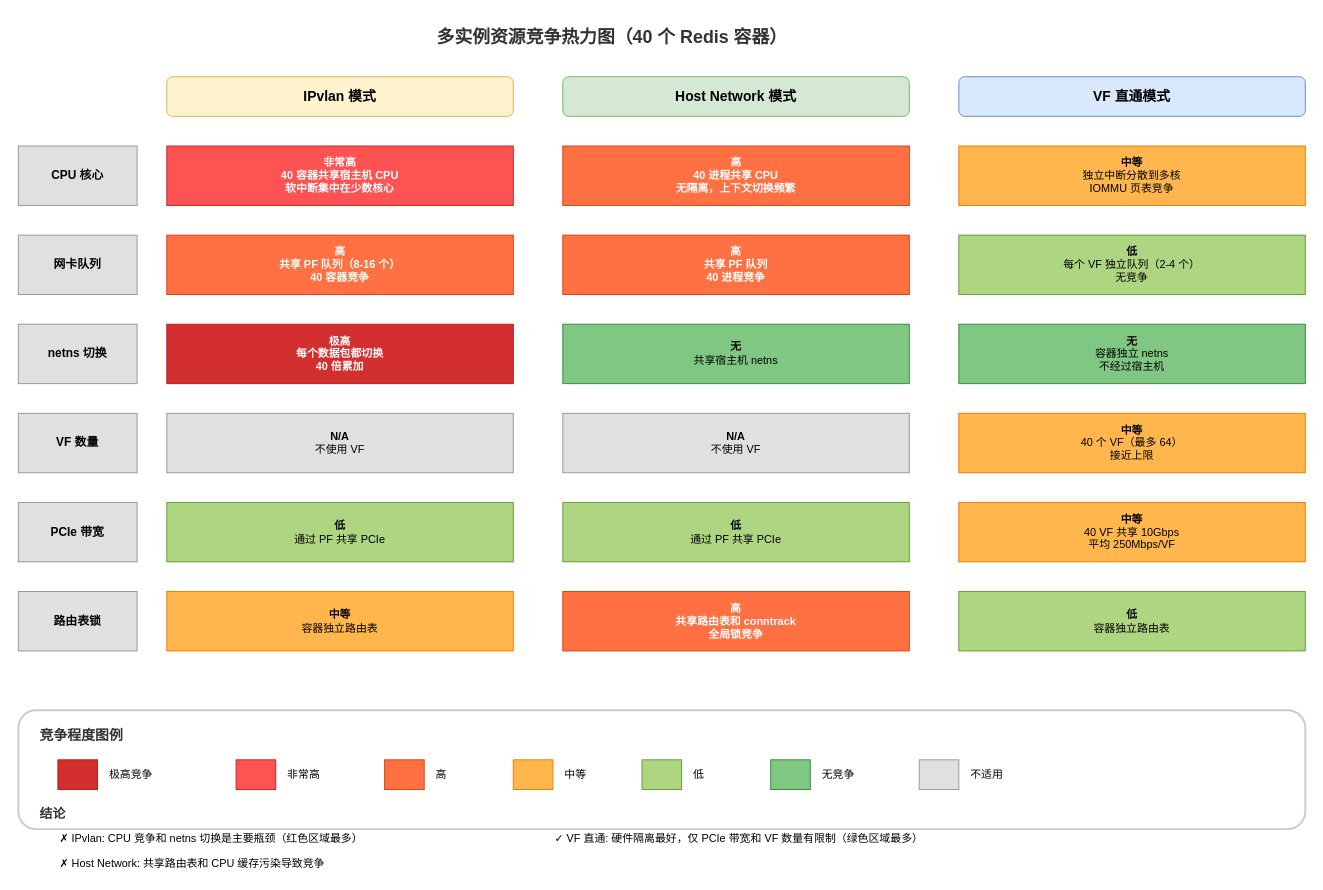
Earlier version of the draw.io diagram diagrams/redis/redis_multi_instance_contention.drawio (fsqHub/docker-sriov-plugin). Source tidied: cells renumbered, new cells numbered last; positions are measured from the earlier drawing's top-left corner, leaving out a move shared by most shapes. Both pictures are drawn from the tidied source at 99%, with x=0, y=0 at pixel (18, 17).
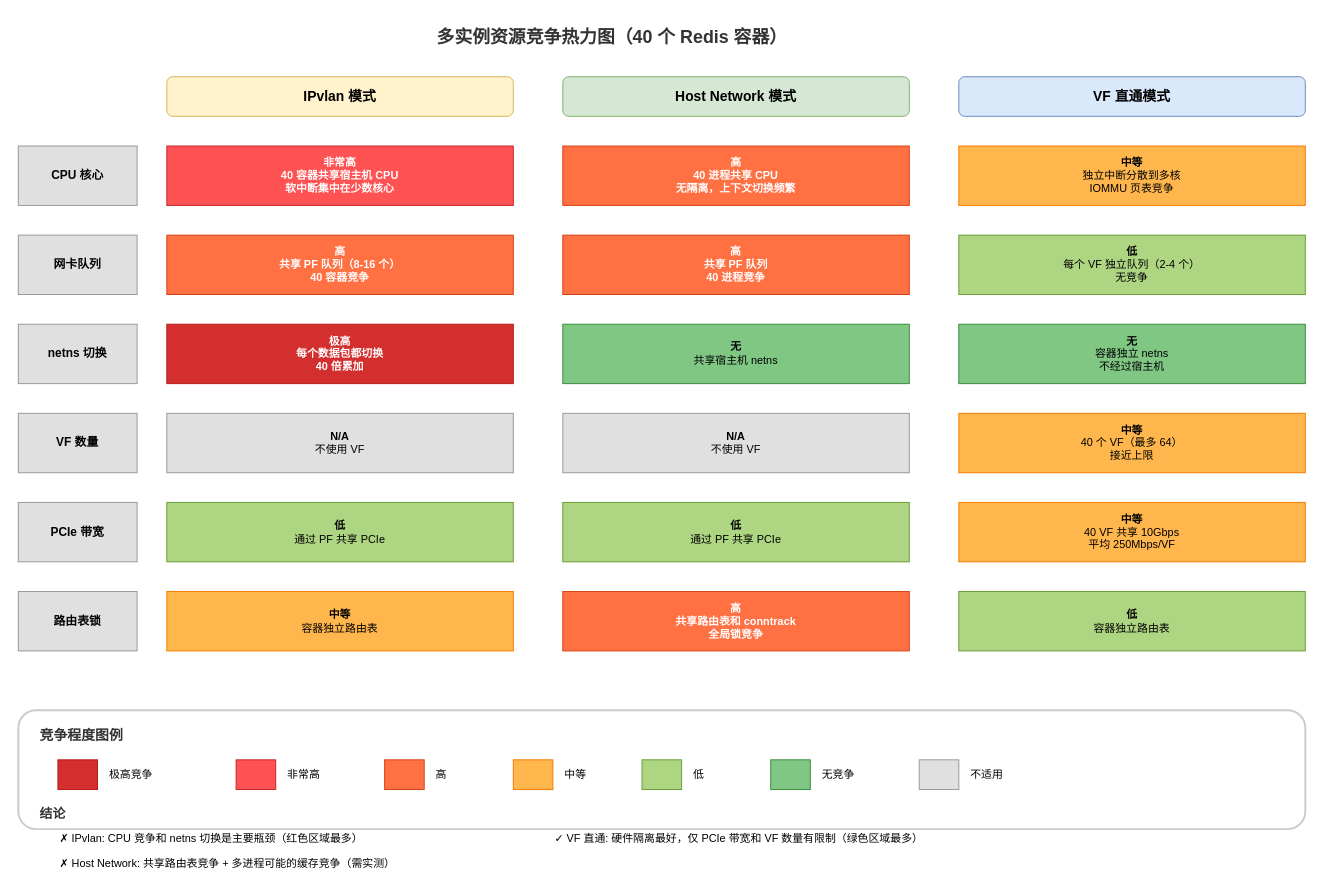
Above is the later version.

The edit, as a diff of the source:
```diff
@@
-    <mxCell id="48" value="✗ Host Network: 共享路由表和 CPU 缓存污染导致竞争" style="text;html=1;align=left;verticalAlign=middle;whiteSpace=wrap;fontSize=11;" parent="1" vertex="1">
+    <mxCell id="48" value="✗ Host Network: 共享路由表竞争 + 多进程可能的缓存竞争（需实测）" style="text;html=1;align=left;verticalAlign=middle;whiteSpace=wrap;fontSize=11;" parent="1" vertex="1">
       <mxGeometry x="40" y="845" width="450" height="20" as="geometry" />
     </mxCell>
```
